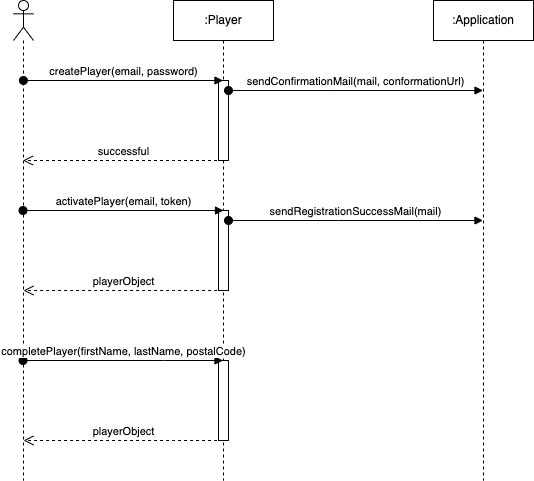
Skanky0815/playtime keeps this draw.io diagram as doku/6_1_registration.drawio.png. Above is the earlier version. Source tidied: cells renumbered, new cells last; positions are measured from the earlier drawing's top-left corner, leaving out a move shared by most shapes.
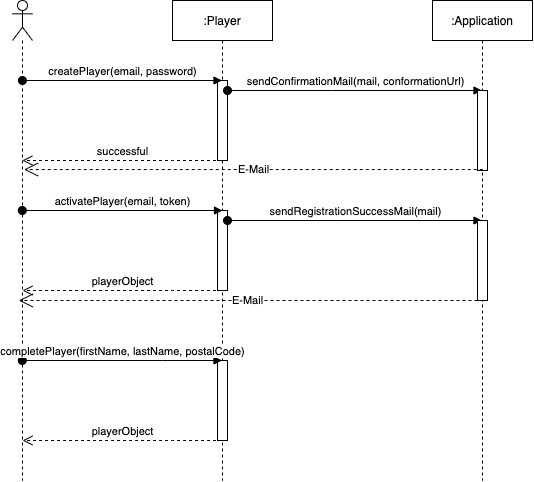
Later version of the same file.

Change to the diagram source:
```diff
@@ -77,5 +77,22 @@
         </Array>
       </mxGeometry>
     </mxCell>
+    <mxCell id="16" style="html=1;points=[];perimeter=orthogonalPerimeter;" parent="1" vertex="1">
+      <mxGeometry x="465" y="90" width="10" height="80" as="geometry" />
+    </mxCell>
+    <mxCell id="17" value="E-Mail" style="endArrow=open;endSize=12;dashed=1;html=1;exitX=0.529;exitY=0.988;exitDx=0;exitDy=0;exitPerimeter=0;" parent="1" edge="1" source="16">
+      <mxGeometry relative="1" as="geometry">
+        <mxPoint x="11.6" y="169" as="targetPoint" />
+      </mxGeometry>
+    </mxCell>
+    <mxCell id="18" style="html=1;perimeter=orthogonalPerimeter;" parent="1" vertex="1">
+      <mxGeometry x="465" y="220" width="10" height="80" as="geometry" />
+    </mxCell>
+    <mxCell id="19" value="E-Mail" style="endArrow=open;endSize=12;dashed=1;html=1;exitX=0.529;exitY=0.988;exitDx=0;exitDy=0;exitPerimeter=0;" parent="1" edge="1">
+      <mxGeometry relative="1" as="geometry">
+        <mxPoint x="465" y="300" as="sourcePoint" />
+        <mxPoint x="6.3" y="300" as="targetPoint" />
+      </mxGeometry>
+    </mxCell>
   </root>
 </mxGraphModel>
```
